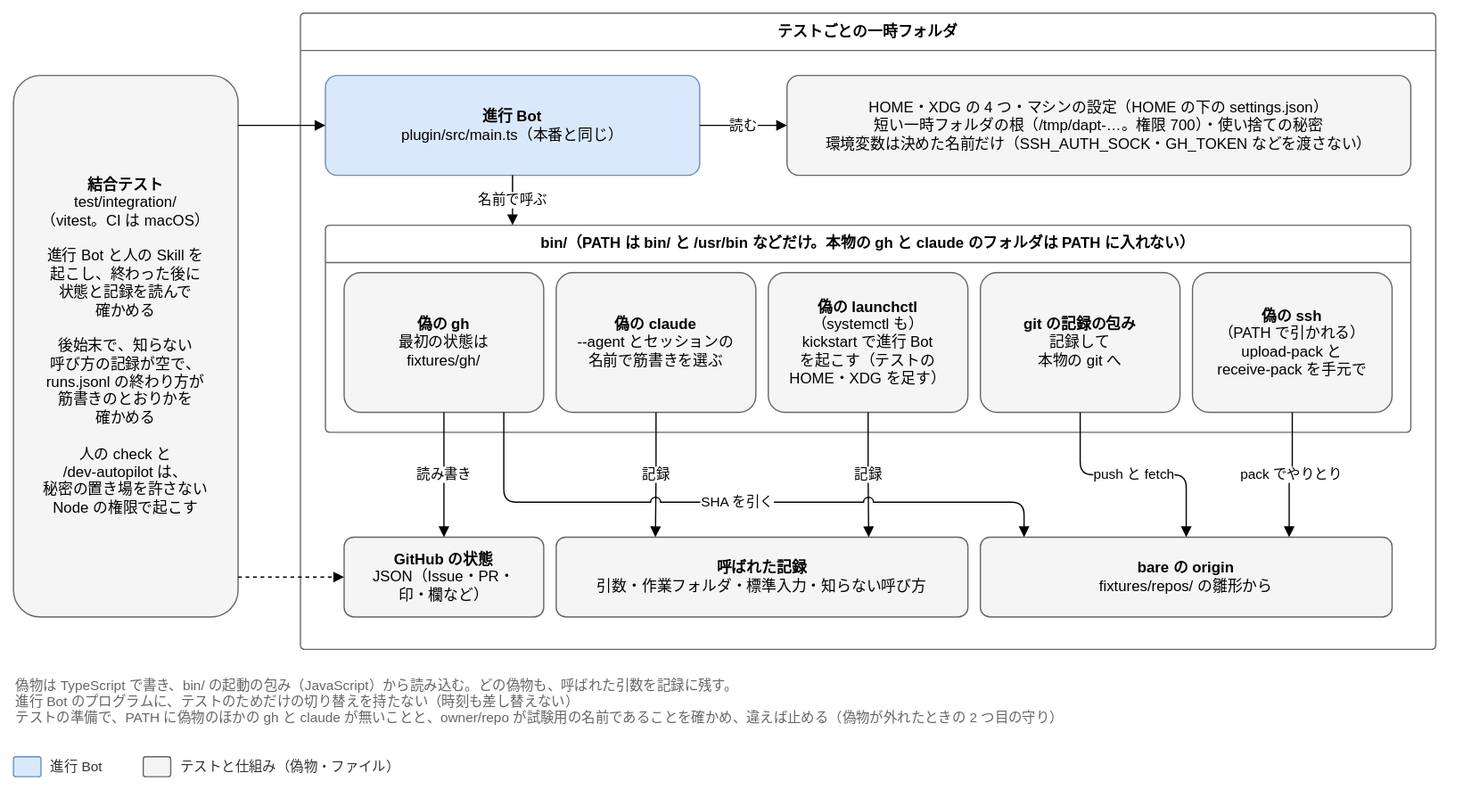
Above: docs/design/basic/diagrams/05-integration.drawio.svg in Joymerrevent/dev-autopilot (draw.io), before the change. Source tidied: cells renumbered, new cells last; positions are measured from the earlier drawing's top-left corner, leaving out a move shared by most shapes.
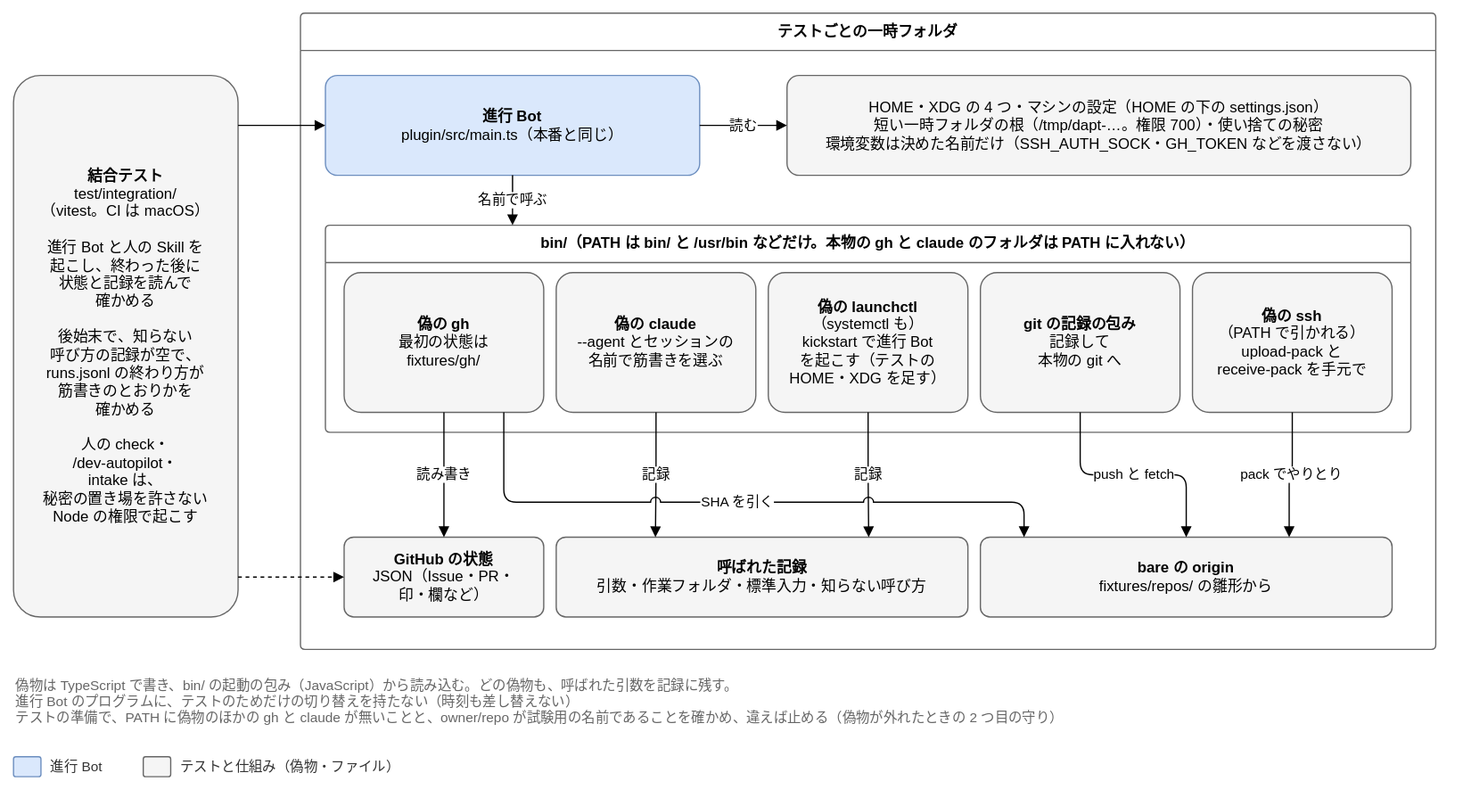
Later version of the same file.

Change to the diagram source:
```diff
@@ -2,7 +2,7 @@
   <root>
     <mxCell id="0" />
     <mxCell id="1" parent="0" />
-    <mxCell id="2" value="&lt;b&gt;結合テスト&lt;/b&gt;&lt;br&gt;test/integration/&lt;br&gt;（vitest。CI は macOS）&lt;br&gt;&lt;br&gt;進行 Bot と人の Skill を&lt;br&gt;起こし、終わった後に&lt;br&gt;状態と記録を読んで&lt;br&gt;確かめる&lt;br&gt;&lt;br&gt;後始末で、知らない&lt;br&gt;呼び方の記録が空で、&lt;br&gt;runs.jsonl の終わり方が&lt;br&gt;筋書きのとおりかを&lt;br&gt;確かめる&lt;br&gt;&lt;br&gt;人の check と&lt;br&gt;/dev-autopilot は、&lt;br&gt;秘密の置き場を許さない&lt;br&gt;Node の権限で起こす" style="rounded=1;whiteSpace=wrap;html=1;fontSize=12;arcSize=12;spacing=12;fillColor=#f5f5f5;strokeColor=#666666;" parent="1" vertex="1">
+    <mxCell id="2" value="&lt;b&gt;結合テスト&lt;/b&gt;&lt;br&gt;test/integration/&lt;br&gt;（vitest。CI は macOS）&lt;br&gt;&lt;br&gt;進行 Bot と人の Skill を&lt;br&gt;起こし、終わった後に&lt;br&gt;状態と記録を読んで&lt;br&gt;確かめる&lt;br&gt;&lt;br&gt;後始末で、知らない&lt;br&gt;呼び方の記録が空で、&lt;br&gt;runs.jsonl の終わり方が&lt;br&gt;筋書きのとおりかを&lt;br&gt;確かめる&lt;br&gt;&lt;br&gt;人の check・&lt;br&gt;/dev-autopilot・&lt;br&gt;intake は、&lt;br&gt;秘密の置き場を許さない&lt;br&gt;Node の権限で起こす" style="rounded=1;whiteSpace=wrap;html=1;fontSize=12;arcSize=12;spacing=12;fillColor=#f5f5f5;strokeColor=#666666;" parent="1" vertex="1">
       <mxGeometry y="50" width="180" height="434" as="geometry" />
     </mxCell>
     <mxCell id="3" value="テストごとの一時フォルダ" style="swimlane;startSize=30;html=1;whiteSpace=wrap;rounded=1;arcSize=4;fontStyle=1;fontSize=12;strokeColor=#666666;fillColor=none;swimlaneFillColor=none;" parent="1" vertex="1">
```
